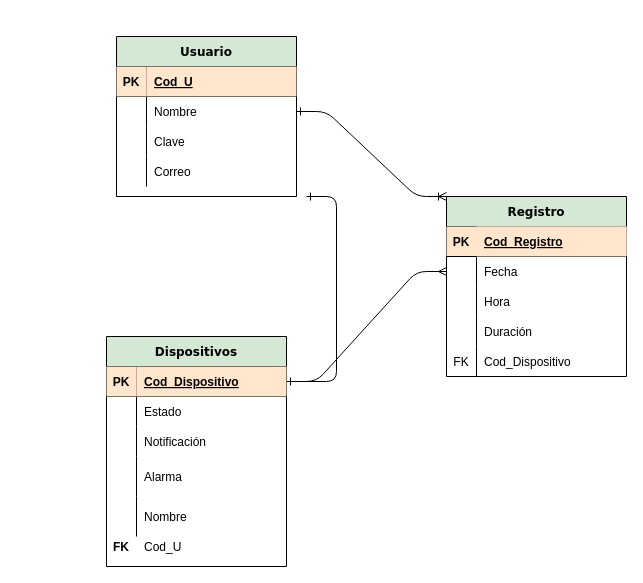
The draw.io diagram EW.drawio in Ivan-Tang1MTFAZ/Clase_4, before the edit. Source tidied: cells renumbered, new cells numbered last; positions are measured from the earlier drawing's top-left corner, leaving out a move shared by most shapes. Both pictures are drawn from the tidied source at 100%, with x=0, y=0 at pixel (106, 36).
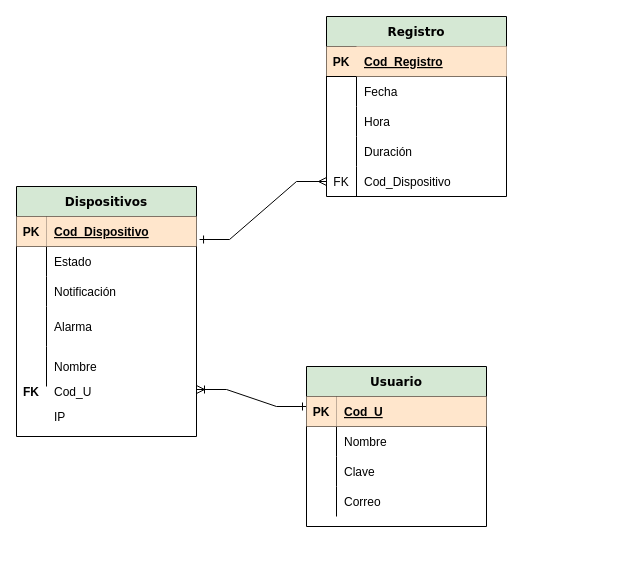
After the change.

Unchanged cells that the change refers to:
```xml
<mxCell id="8" style="shape=partialRectangle;fillColor=none;top=0;left=0;bottom=0;right=0;points=[[0,0.5],[1,0.5]];portConstraint=eastwest;" parent="4" vertex="1">
  <mxGeometry y="60" width="180" height="30" as="geometry" />
</mxCell>
<mxCell id="18" style="shape=partialRectangle;fillColor=none;top=0;left=0;bottom=1;right=0;points=[[0,0.5],[1,0.5]];portConstraint=eastwest;" parent="17" vertex="1">
  <mxGeometry y="30" width="180" height="30" as="geometry" />
</mxCell>
<mxCell id="30" style="shape=partialRectangle;fillColor=none;top=0;left=0;bottom=0;right=0;points=[[0,0.5],[1,0.5]];portConstraint=eastwest;" parent="17" vertex="1">
  <mxGeometry y="160" width="180" height="40" as="geometry" />
</mxCell>
<mxCell id="40" style="shape=partialRectangle;fillColor=none;top=0;left=0;bottom=0;right=0;points=[[0,0.5],[1,0.5]];portConstraint=eastwest;" parent="36" vertex="1">
  <mxGeometry y="60" width="180" height="30" as="geometry" />
</mxCell>
<mxCell id="49" style="shape=partialRectangle;fillColor=none;top=0;left=0;bottom=0;right=0;points=[[0,0.5],[1,0.5]];portConstraint=eastwest;" parent="36" vertex="1">
  <mxGeometry y="150" width="180" height="30" as="geometry" />
</mxCell>
```

What changed in the source:
```diff
@@
-    <mxCell id="2" style="edgeStyle=entityRelationEdgeStyle;fontSize=12;html=1;endArrow=ERoneToMany;entryX=0;entryY=0.5;entryDx=0;entryDy=0;startArrow=ERone;startFill=0;" parent="1" edge="1" target="18">
-      <mxGeometry relative="1" as="geometry">
-        <mxPoint x="200" y="160" as="sourcePoint" />
-      </mxGeometry>
+    <mxCell id="2" style="edgeStyle=entityRelationEdgeStyle;fontSize=12;html=1;endArrow=ERoneToMany;startArrow=ERone;startFill=0;rounded=0;exitX=0;exitY=0.25;exitDx=0;exitDy=0;entryX=1;entryY=1.075;entryDx=0;entryDy=0;entryPerimeter=0;" parent="1" edge="1" source="4" target="30">
+      <mxGeometry relative="1" as="geometry" />
     </mxCell>
-    <mxCell id="3" style="edgeStyle=entityRelationEdgeStyle;fontSize=12;html=1;endArrow=ERmany;startArrow=ERone;exitX=1;exitY=0.5;exitDx=0;exitDy=0;entryX=0;entryY=0.5;entryDx=0;entryDy=0;startFill=0;" parent="1" edge="1" source="18" target="40">
+    <mxCell id="3" style="edgeStyle=entityRelationEdgeStyle;fontSize=12;html=1;endArrow=ERmany;startArrow=ERone;entryX=0;entryY=0.5;entryDx=0;entryDy=0;startFill=0;rounded=0;exitX=1.017;exitY=0.767;exitDx=0;exitDy=0;exitPerimeter=0;" parent="1" edge="1" source="18" target="49">
       <mxGeometry relative="1" as="geometry" />
     </mxCell>
     <mxCell id="4" value="Usuario" style="shape=table;startSize=30;childLayout=tableLayout;rowLines=0;fontStyle=1;align=center;fillColor=#d5e8d4;fontFamily=Verdana;" parent="1" vertex="1">
-      <mxGeometry x="10" width="180" height="160" as="geometry" />
+      <mxGeometry x="200" y="330" width="180" height="160" as="geometry" />
     </mxCell>
@@
     <mxCell id="17" value="Dispositivos" style="shape=table;startSize=30;childLayout=tableLayout;rowLines=0;fontStyle=1;align=center;fillColor=#d5e8d4;fontFamily=Verdana;" parent="1" vertex="1">
-      <mxGeometry y="300" width="180" height="230" as="geometry" />
+      <mxGeometry x="-90" y="150" width="180" height="250" as="geometry" />
     </mxCell>
@@
     <mxCell id="33" value="Cod_U" style="shape=partialRectangle;fillColor=none;top=0;left=0;bottom=0;right=0;align=left;spacingLeft=6;overflow=hidden;" parent="1" vertex="1">
-      <mxGeometry x="30" y="490" width="150" height="40" as="geometry" />
+      <mxGeometry x="-60" y="335" width="150" height="40" as="geometry" />
     </mxCell>
     <mxCell id="34" value="FK" style="shape=partialRectangle;fillColor=none;top=0;left=0;bottom=0;right=0;fontStyle=1;overflow=hidden;" parent="1" vertex="1">
-      <mxGeometry y="495" width="30" height="30" as="geometry" />
+      <mxGeometry x="-90" y="340" width="30" height="30" as="geometry" />
     </mxCell>
-    <mxCell id="35" style="edgeStyle=entityRelationEdgeStyle;fontSize=12;html=1;endArrow=ERoneToMany;exitX=1;exitY=0.5;exitDx=0;exitDy=0;entryX=0;entryY=0;entryDx=0;entryDy=0;startArrow=ERone;startFill=0;" parent="1" edge="1" source="8" target="36">
-      <mxGeometry relative="1" as="geometry" />
-    </mxCell>
     <mxCell id="36" value="Registro" style="shape=table;startSize=30;childLayout=tableLayout;rowLines=0;fontStyle=1;align=center;fillColor=#D5E8D4;fontFamily=Verdana;" parent="1" vertex="1">
-      <mxGeometry x="340" y="160" width="180" height="180" as="geometry" />
+      <mxGeometry x="220" y="-20" width="180" height="180" as="geometry" />
     </mxCell>
@@
+    <mxCell id="52" value="IP" style="shape=partialRectangle;fillColor=none;top=0;left=0;bottom=0;right=0;align=left;spacingLeft=6;overflow=hidden;" parent="1" vertex="1">
+      <mxGeometry x="-60" y="360" width="150" height="40" as="geometry" />
+    </mxCell>
```
